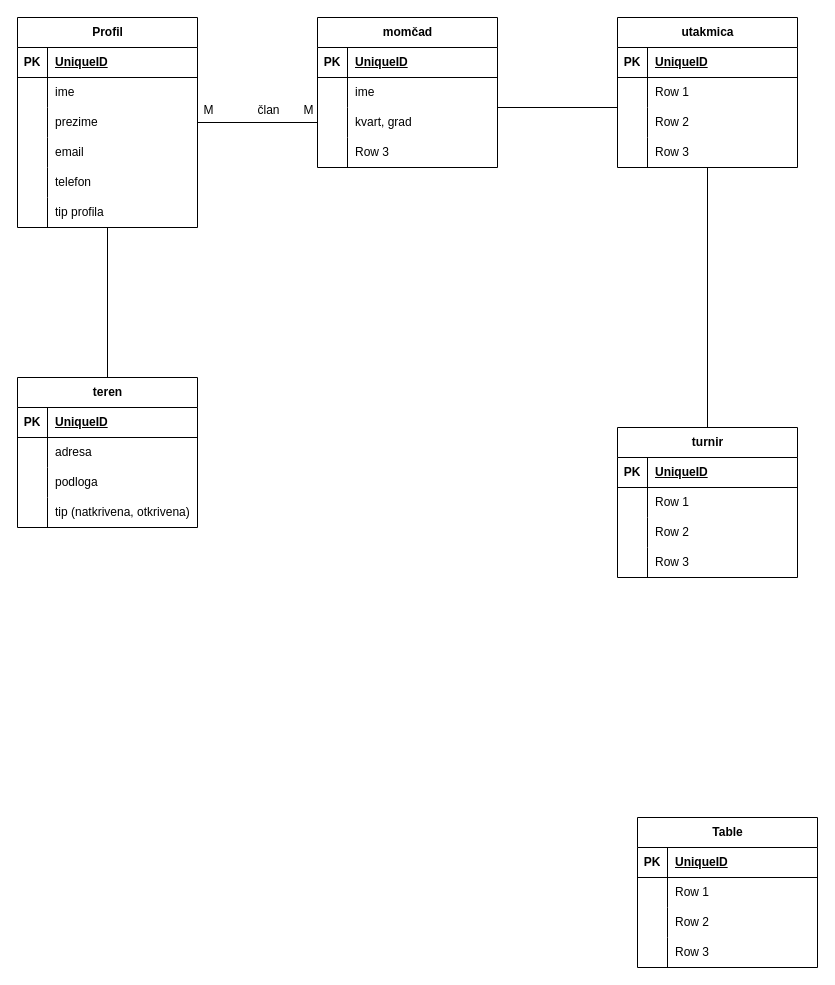
Before: hakl.drawio in RagingApe/mali-projekti, a draw.io diagram. Source tidied: cells renumbered, new cells numbered last; positions are measured from the earlier drawing's top-left corner, leaving out a move shared by most shapes. Both pictures are drawn from the tidied source at 100%, with x=0, y=0 at pixel (17, 17).
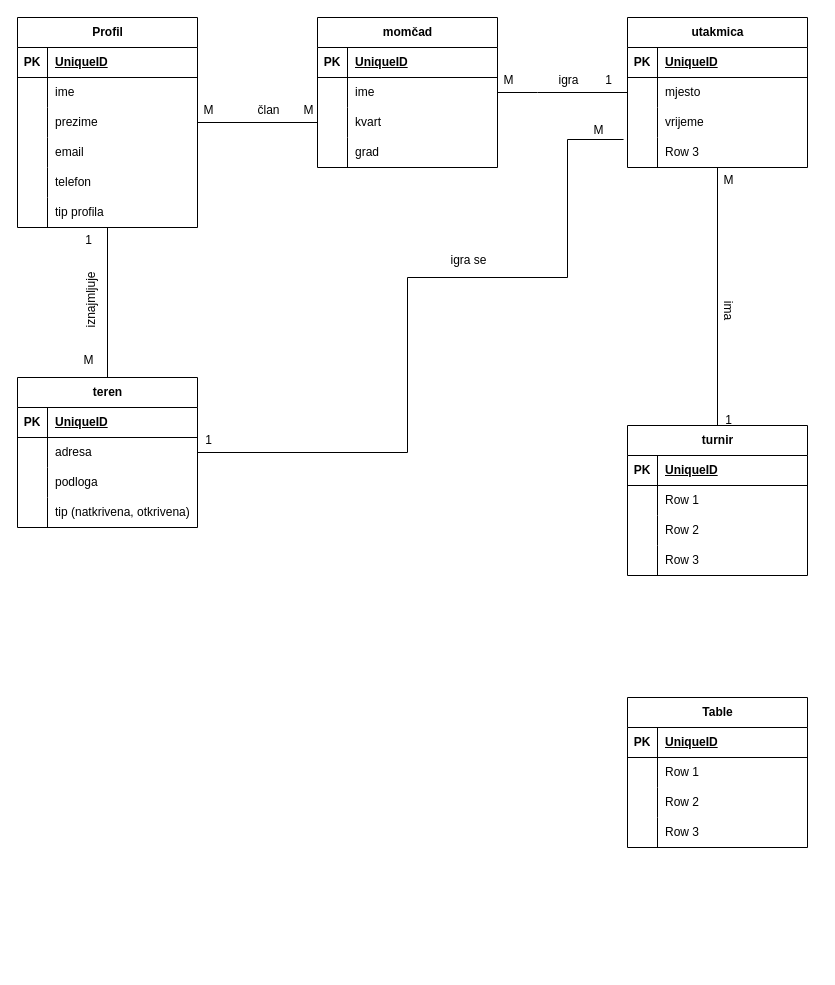
After the change.

Unchanged cells that the change refers to:
```xml
<mxCell id="26" style="shape=tableRow;horizontal=0;startSize=0;swimlaneHead=0;swimlaneBody=0;fillColor=none;points=[[0,0.5],[1,0.5]];portConstraint=eastwest;top=0;left=0;right=0;bottom=0;" parent="22" vertex="1">
  <mxGeometry y="60" width="180" height="30" as="geometry" />
</mxCell>
<mxCell id="39" style="shape=tableRow;horizontal=0;startSize=0;swimlaneHead=0;swimlaneBody=0;fillColor=none;points=[[0,0.5],[1,0.5]];portConstraint=eastwest;top=0;left=0;right=0;bottom=0;" parent="35" vertex="1">
  <mxGeometry y="60" width="180" height="30" as="geometry" />
</mxCell>
<mxCell id="42" style="shape=tableRow;horizontal=0;startSize=0;swimlaneHead=0;swimlaneBody=0;fillColor=none;points=[[0,0.5],[1,0.5]];portConstraint=eastwest;top=0;left=0;right=0;bottom=0;" parent="35" vertex="1">
  <mxGeometry y="90" width="180" height="30" as="geometry" />
</mxCell>
<mxCell id="45" style="shape=tableRow;horizontal=0;startSize=0;swimlaneHead=0;swimlaneBody=0;fillColor=none;top=0;left=0;right=0;bottom=0;" parent="35" vertex="1">
  <mxGeometry y="120" width="180" height="30" as="geometry" />
</mxCell>
<mxCell id="66" style="shape=tableRow;horizontal=0;startSize=0;swimlaneHead=0;swimlaneBody=0;fillColor=none;points=[[0,0.5],[1,0.5]];portConstraint=eastwest;top=0;left=0;right=0;bottom=0;" parent="62" vertex="1">
  <mxGeometry y="60" width="180" height="30" as="geometry" />
</mxCell>
<mxCell id="69" style="shape=tableRow;horizontal=0;startSize=0;swimlaneHead=0;swimlaneBody=0;fillColor=none;top=0;left=0;right=0;bottom=0;" parent="62" vertex="1">
  <mxGeometry y="90" width="180" height="30" as="geometry" />
</mxCell>
<mxCell id="72" style="shape=tableRow;horizontal=0;startSize=0;swimlaneHead=0;swimlaneBody=0;fillColor=none;points=[[0,0.5],[1,0.5]];portConstraint=eastwest;top=0;left=0;right=0;bottom=0;" parent="62" vertex="1">
  <mxGeometry y="120" width="180" height="30" as="geometry" />
</mxCell>
```

Diff of the diagram source:
```diff
@@
-    <mxCell id="44" value="kvart, grad" style="shape=partialRectangle;fillColor=none;top=0;left=0;bottom=0;right=0;align=left;spacingLeft=6;overflow=hidden;whiteSpace=wrap;html=1;" parent="42" vertex="1">
+    <mxCell id="44" value="kvart" style="shape=partialRectangle;fillColor=none;top=0;left=0;bottom=0;right=0;align=left;spacingLeft=6;overflow=hidden;whiteSpace=wrap;html=1;" parent="42" vertex="1">
       <mxGeometry x="30" width="150" height="30" as="geometry" />
     </mxCell>
@@
-    <mxCell id="47" value="Row 3" style="shape=partialRectangle;fillColor=none;top=0;left=0;bottom=0;right=0;align=left;spacingLeft=6;overflow=hidden;whiteSpace=wrap;html=1;" parent="45" vertex="1">
+    <mxCell id="47" value="grad" style="shape=partialRectangle;fillColor=none;top=0;left=0;bottom=0;right=0;align=left;spacingLeft=6;overflow=hidden;whiteSpace=wrap;html=1;" parent="45" vertex="1">
       <mxGeometry x="30" width="150" height="30" as="geometry" />
     </mxCell>
@@
     <mxCell id="49" value="turnir" style="shape=table;startSize=30;childLayout=tableLayout;rowLines=0;fontStyle=1;align=center;html=1;" parent="1" vertex="1">
-      <mxGeometry x="600" y="410" width="180" height="150" as="geometry" />
+      <mxGeometry x="610" y="408" width="180" height="150" as="geometry" />
     </mxCell>
@@
     <mxCell id="62" value="utakmica" style="shape=table;startSize=30;childLayout=tableLayout;rowLines=0;fontStyle=1;align=center;html=1;" parent="1" vertex="1">
-      <mxGeometry x="600" width="180" height="150" as="geometry" />
+      <mxGeometry x="610" width="180" height="150" as="geometry" />
     </mxCell>
@@
-    <mxCell id="68" value="Row 1" style="shape=partialRectangle;fillColor=none;top=0;left=0;bottom=0;right=0;align=left;spacingLeft=6;overflow=hidden;whiteSpace=wrap;html=1;" parent="66" vertex="1">
+    <mxCell id="68" value="mjesto&lt;span style=&quot;white-space: pre;&quot;&gt;&#9;&lt;/span&gt;" style="shape=partialRectangle;fillColor=none;top=0;left=0;bottom=0;right=0;align=left;spacingLeft=6;overflow=hidden;whiteSpace=wrap;html=1;" parent="66" vertex="1">
       <mxGeometry x="30" width="150" height="30" as="geometry" />
     </mxCell>
@@
-    <mxCell id="71" value="Row 2" style="shape=partialRectangle;fillColor=none;top=0;left=0;bottom=0;right=0;align=left;spacingLeft=6;overflow=hidden;whiteSpace=wrap;html=1;" parent="69" vertex="1">
+    <mxCell id="71" value="vrijeme" style="shape=partialRectangle;fillColor=none;top=0;left=0;bottom=0;right=0;align=left;spacingLeft=6;overflow=hidden;whiteSpace=wrap;html=1;" parent="69" vertex="1">
       <mxGeometry x="30" width="150" height="30" as="geometry" />
     </mxCell>
@@
     <mxCell id="75" value="Table" style="shape=table;startSize=30;childLayout=tableLayout;rowLines=0;fontStyle=1;align=center;html=1;" parent="1" vertex="1">
-      <mxGeometry x="620" y="800" width="180" height="150" as="geometry" />
+      <mxGeometry x="610" y="680" width="180" height="150" as="geometry" />
     </mxCell>
@@
     <mxCell id="89" style="edgeStyle=orthogonalEdgeStyle;rounded=0;jettySize=auto;html=1;entryX=0;entryY=0.5;entryDx=0;entryDy=0;endArrow=none;endFill=0;" parent="1" edge="1" source="39" target="66">
       <mxGeometry relative="1" as="geometry">
         <Array as="points">
-          <mxPoint x="600" y="90" />
+          <mxPoint x="520" y="75" />
+          <mxPoint x="520" y="75" />
         </Array>
       </mxGeometry>
     </mxCell>
@@
+    <mxCell id="93" style="edgeStyle=orthogonalEdgeStyle;rounded=0;jettySize=auto;html=1;entryX=-0.022;entryY=0.067;entryDx=0;entryDy=0;entryPerimeter=0;endArrow=none;endFill=0;" parent="1" edge="1" source="26" target="72">
+      <mxGeometry relative="1" as="geometry">
+        <Array as="points">
+          <mxPoint x="390" y="435" />
+          <mxPoint x="390" y="260" />
+          <mxPoint x="550" y="260" />
+          <mxPoint x="550" y="122" />
+        </Array>
+      </mxGeometry>
+    </mxCell>
+    <mxCell id="94" value="M" style="text;html=1;align=center;verticalAlign=middle;strokeColor=none;fillColor=none;" parent="1" vertex="1">
+      <mxGeometry x="566" y="98" width="30" height="30" as="geometry" />
+    </mxCell>
+    <mxCell id="95" value="1" style="text;html=1;align=center;verticalAlign=middle;strokeColor=none;fillColor=none;" parent="1" vertex="1">
+      <mxGeometry x="176" y="408" width="30" height="30" as="geometry" />
+    </mxCell>
+    <mxCell id="96" value="1" style="text;html=1;align=center;verticalAlign=middle;strokeColor=none;fillColor=none;" parent="1" vertex="1">
+      <mxGeometry x="696" y="388" width="30" height="30" as="geometry" />
+    </mxCell>
+    <mxCell id="97" value="M" style="text;html=1;align=center;verticalAlign=middle;strokeColor=none;fillColor=none;" parent="1" vertex="1">
+      <mxGeometry x="696" y="148" width="30" height="30" as="geometry" />
+    </mxCell>
+    <mxCell id="98" value="&lt;div&gt;iznajmljuje&lt;/div&gt;&lt;div&gt;&lt;br&gt;&lt;/div&gt;" style="text;html=1;align=center;verticalAlign=middle;strokeColor=none;fillColor=none;rotation=270;" parent="1" vertex="1">
+      <mxGeometry x="41" y="263" width="80" height="40" as="geometry" />
+    </mxCell>
+    <mxCell id="99" value="1" style="text;html=1;align=center;verticalAlign=middle;strokeColor=none;fillColor=none;" parent="1" vertex="1">
+      <mxGeometry x="56" y="208" width="30" height="30" as="geometry" />
+    </mxCell>
+    <mxCell id="100" value="M" style="text;html=1;align=center;verticalAlign=middle;strokeColor=none;fillColor=none;" parent="1" vertex="1">
+      <mxGeometry x="56" y="328" width="30" height="30" as="geometry" />
+    </mxCell>
+    <mxCell id="101" value="igra se" style="text;html=1;align=center;verticalAlign=middle;strokeColor=none;fillColor=none;" parent="1" vertex="1">
+      <mxGeometry x="421" y="228" width="60" height="30" as="geometry" />
+    </mxCell>
+    <mxCell id="102" value="&lt;div&gt;ima&lt;/div&gt;" style="text;html=1;align=center;verticalAlign=middle;strokeColor=none;fillColor=none;rotation=90;" parent="1" vertex="1">
+      <mxGeometry x="691" y="278" width="40" height="30" as="geometry" />
+    </mxCell>
+    <mxCell id="103" value="igra" style="text;html=1;align=center;verticalAlign=middle;strokeColor=none;fillColor=none;" parent="1" vertex="1">
+      <mxGeometry x="531" y="48" width="40" height="30" as="geometry" />
+    </mxCell>
+    <mxCell id="104" value="M" style="text;html=1;align=center;verticalAlign=middle;strokeColor=none;fillColor=none;" parent="1" vertex="1">
+      <mxGeometry x="476" y="48" width="30" height="30" as="geometry" />
+    </mxCell>
+    <mxCell id="105" value="1" style="text;html=1;align=center;verticalAlign=middle;strokeColor=none;fillColor=none;" parent="1" vertex="1">
+      <mxGeometry x="576" y="48" width="30" height="30" as="geometry" />
+    </mxCell>
```
